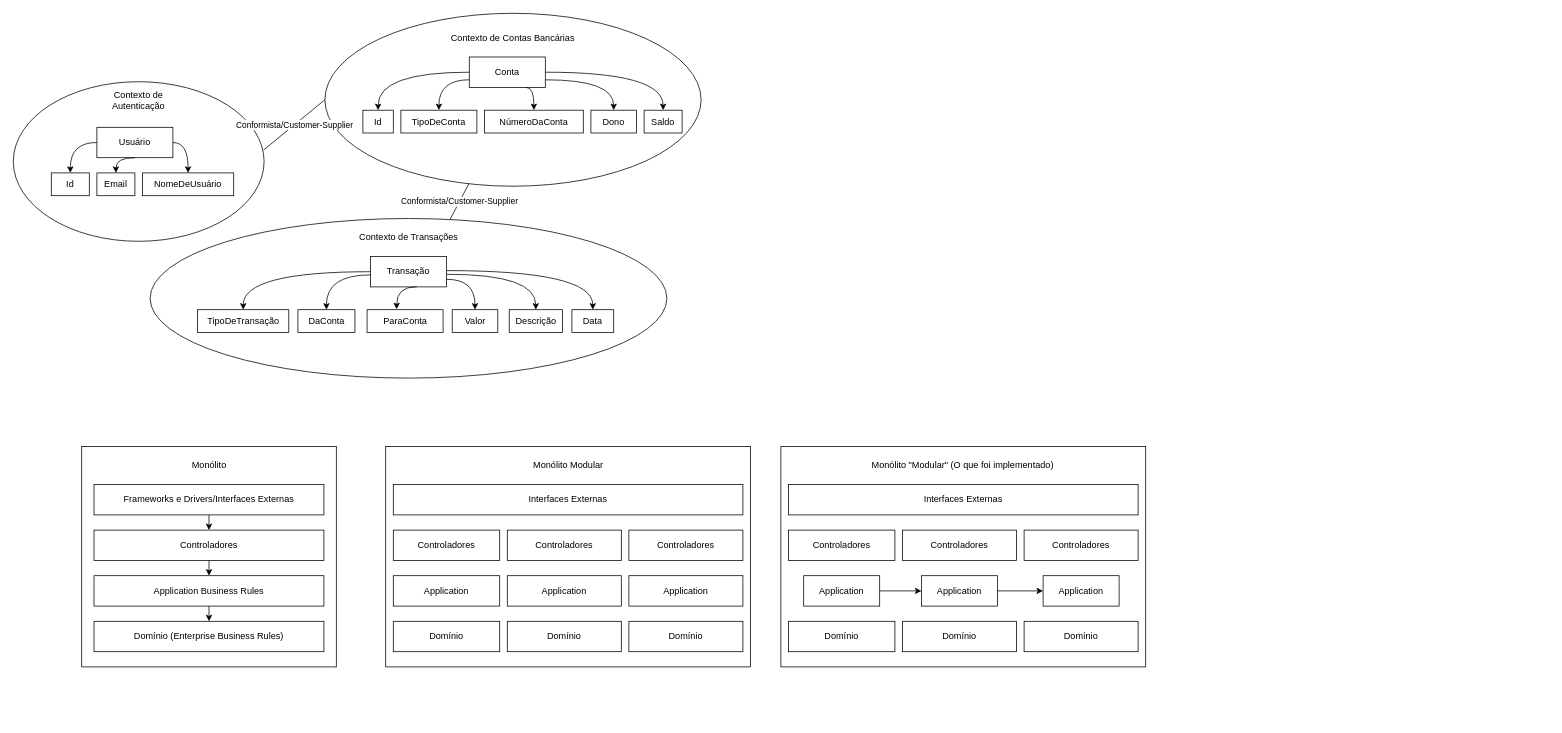
The draw.io diagram docs/techlab25.drawio in joevtap/techlab25, before the edit. Source tidied: cells renumbered, new cells numbered last; positions are measured from the earlier drawing's top-left corner, leaving out a move shared by most shapes. Both pictures are drawn from the tidied source at 76%, with x=0, y=0 at pixel (13, 13).
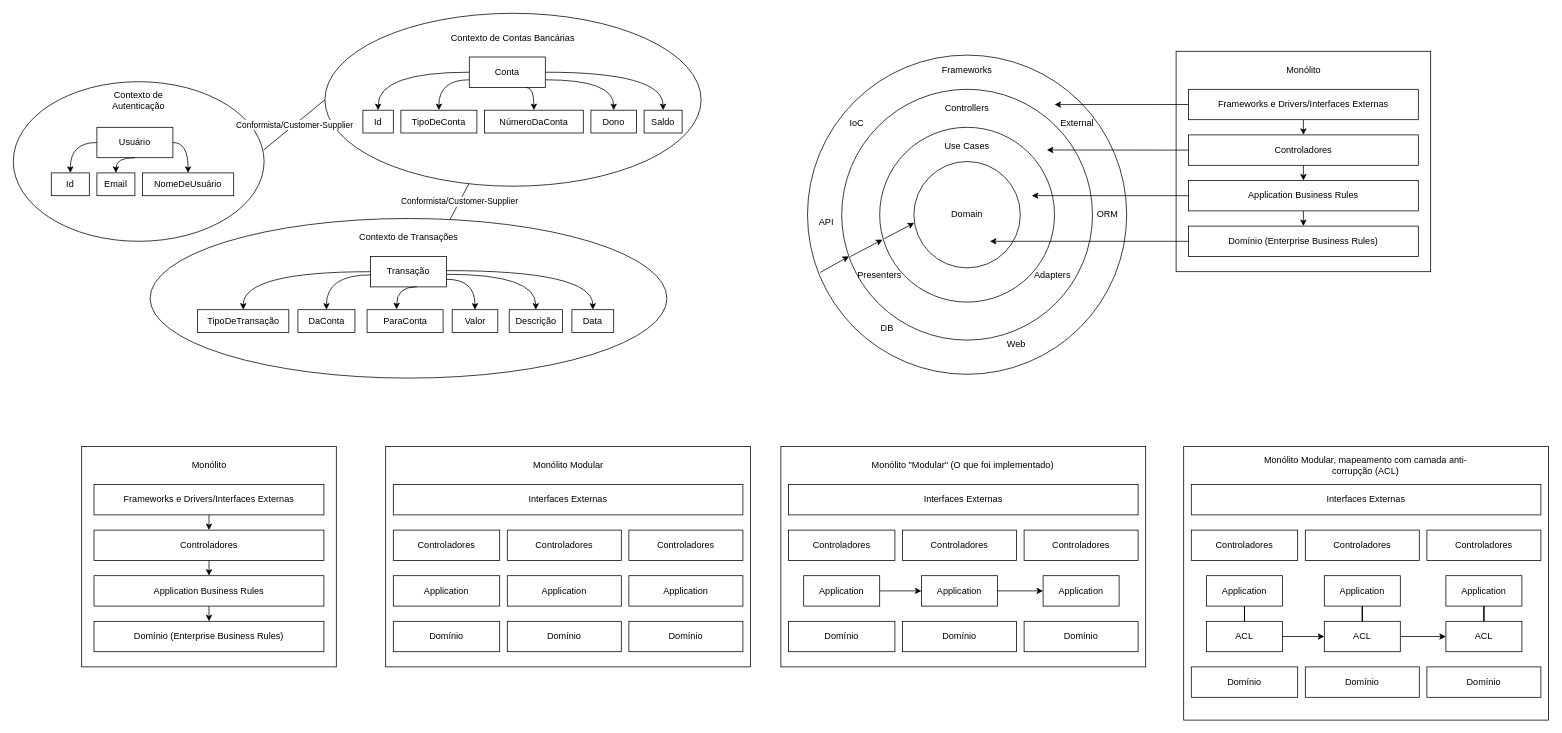
The same page after the edit.

What changed in the source:
```diff
@@
+    <mxCell id="76" style="rounded=0;whiteSpace=wrap;html=1;fillColor=none;" parent="1" vertex="1">
+      <mxGeometry x="1540" y="570" width="480" height="360" as="geometry" />
+    </mxCell>
+    <mxCell id="77" value="Monólito Modular, mapeamento com camada anti-corrupção (ACL)" style="text;html=1;align=center;verticalAlign=middle;whiteSpace=wrap;rounded=0;" parent="1" vertex="1">
+      <mxGeometry x="1634.4" y="580" width="291.2" height="30" as="geometry" />
+    </mxCell>
+    <mxCell id="78" value="Domínio" style="rounded=0;whiteSpace=wrap;html=1;fillColor=none;" parent="1" vertex="1">
+      <mxGeometry x="1550" y="860" width="140" height="40" as="geometry" />
+    </mxCell>
+    <mxCell id="79" style="edgeStyle=orthogonalEdgeStyle;rounded=0;jettySize=auto;html=1;entryX=0.5;entryY=0;entryDx=0;entryDy=0;endArrow=none;startFill=0;" parent="1" edge="1" source="80" target="90">
+      <mxGeometry relative="1" as="geometry" />
+    </mxCell>
+    <mxCell id="80" value="Application" style="rounded=0;whiteSpace=wrap;html=1;fillColor=none;" parent="1" vertex="1">
+      <mxGeometry x="1570" y="740" width="100" height="40" as="geometry" />
+    </mxCell>
+    <mxCell id="81" value="Controladores" style="rounded=0;whiteSpace=wrap;html=1;fillColor=none;" parent="1" vertex="1">
+      <mxGeometry x="1550" y="680" width="140" height="40" as="geometry" />
+    </mxCell>
+    <mxCell id="82" value="Interfaces Externas" style="rounded=0;whiteSpace=wrap;html=1;fillColor=none;" parent="1" vertex="1">
+      <mxGeometry x="1550" y="620" width="460" height="40" as="geometry" />
+    </mxCell>
+    <mxCell id="83" value="Controladores" style="rounded=0;whiteSpace=wrap;html=1;fillColor=none;" parent="1" vertex="1">
+      <mxGeometry x="1700" y="680" width="150" height="40" as="geometry" />
+    </mxCell>
+    <mxCell id="84" value="Domínio" style="rounded=0;whiteSpace=wrap;html=1;fillColor=none;" parent="1" vertex="1">
+      <mxGeometry x="1700" y="860" width="150" height="40" as="geometry" />
+    </mxCell>
+    <mxCell id="85" value="Controladores" style="rounded=0;whiteSpace=wrap;html=1;fillColor=none;" parent="1" vertex="1">
+      <mxGeometry x="1860" y="680" width="150" height="40" as="geometry" />
+    </mxCell>
+    <mxCell id="86" value="Domínio" style="rounded=0;whiteSpace=wrap;html=1;fillColor=none;" parent="1" vertex="1">
+      <mxGeometry x="1860" y="860" width="150" height="40" as="geometry" />
+    </mxCell>
+    <mxCell id="87" value="Application" style="rounded=0;whiteSpace=wrap;html=1;fillColor=none;" parent="1" vertex="1">
+      <mxGeometry x="1725" y="740" width="100" height="40" as="geometry" />
+    </mxCell>
+    <mxCell id="88" value="Application" style="rounded=0;whiteSpace=wrap;html=1;fillColor=none;" parent="1" vertex="1">
+      <mxGeometry x="1885" y="740" width="100" height="40" as="geometry" />
+    </mxCell>
+    <mxCell id="89" style="edgeStyle=orthogonalEdgeStyle;rounded=0;jettySize=auto;html=1;entryX=0;entryY=0.5;entryDx=0;entryDy=0;" parent="1" edge="1" source="90" target="93">
+      <mxGeometry relative="1" as="geometry" />
+    </mxCell>
+    <mxCell id="90" value="ACL" style="rounded=0;whiteSpace=wrap;html=1;fillColor=none;" parent="1" vertex="1">
+      <mxGeometry x="1570" y="800" width="100" height="40" as="geometry" />
+    </mxCell>
+    <mxCell id="91" style="edgeStyle=orthogonalEdgeStyle;rounded=0;jettySize=auto;html=1;entryX=0.5;entryY=1;entryDx=0;entryDy=0;endArrow=none;startFill=0;" parent="1" edge="1" source="93" target="87">
+      <mxGeometry relative="1" as="geometry" />
+    </mxCell>
+    <mxCell id="92" style="edgeStyle=orthogonalEdgeStyle;rounded=0;jettySize=auto;html=1;entryX=0;entryY=0.5;entryDx=0;entryDy=0;" parent="1" edge="1" source="93" target="94">
+      <mxGeometry relative="1" as="geometry" />
+    </mxCell>
+    <mxCell id="93" value="ACL" style="rounded=0;whiteSpace=wrap;html=1;fillColor=none;" parent="1" vertex="1">
+      <mxGeometry x="1725" y="800" width="100" height="40" as="geometry" />
+    </mxCell>
+    <mxCell id="94" value="ACL" style="rounded=0;whiteSpace=wrap;html=1;fillColor=none;" parent="1" vertex="1">
+      <mxGeometry x="1885" y="800" width="100" height="40" as="geometry" />
+    </mxCell>
+    <mxCell id="95" style="edgeStyle=orthogonalEdgeStyle;rounded=0;jettySize=auto;html=1;entryX=0.5;entryY=1;entryDx=0;entryDy=0;endArrow=none;startFill=0;" parent="1" edge="1" source="94" target="88">
+      <mxGeometry relative="1" as="geometry" />
+    </mxCell>
+    <mxCell id="96" style="ellipse;whiteSpace=wrap;html=1;fillColor=none;" parent="1" vertex="1">
+      <mxGeometry x="1045" y="55" width="420" height="420" as="geometry" />
+    </mxCell>
+    <mxCell id="97" style="ellipse;whiteSpace=wrap;html=1;fillColor=none;" parent="1" vertex="1">
+      <mxGeometry x="1090" y="100" width="330" height="330" as="geometry" />
+    </mxCell>
+    <mxCell id="98" style="ellipse;whiteSpace=wrap;html=1;fillColor=none;" parent="1" vertex="1">
+      <mxGeometry x="1140" y="150" width="230" height="230" as="geometry" />
+    </mxCell>
+    <mxCell id="99" style="ellipse;whiteSpace=wrap;html=1;fillColor=none;" parent="1" vertex="1">
+      <mxGeometry x="1185" y="195" width="140" height="140" as="geometry" />
+    </mxCell>
+    <mxCell id="100" value="Domain" style="text;html=1;align=center;verticalAlign=middle;whiteSpace=wrap;rounded=0;" parent="1" vertex="1">
+      <mxGeometry x="1225" y="250" width="60" height="30" as="geometry" />
+    </mxCell>
+    <mxCell id="101" value="Use Cases" style="text;html=1;align=center;verticalAlign=middle;whiteSpace=wrap;rounded=0;" parent="1" vertex="1">
+      <mxGeometry x="1205" y="160" width="100" height="30" as="geometry" />
+    </mxCell>
+    <mxCell id="102" value="Controllers" style="text;html=1;align=center;verticalAlign=middle;whiteSpace=wrap;rounded=0;" parent="1" vertex="1">
+      <mxGeometry x="1205" y="110" width="100" height="30" as="geometry" />
+    </mxCell>
+    <mxCell id="103" value="Adapters" style="text;html=1;align=center;verticalAlign=middle;whiteSpace=wrap;rounded=0;rotation=0;" parent="1" vertex="1">
+      <mxGeometry x="1330" y="330" width="75" height="30" as="geometry" />
+    </mxCell>
+    <mxCell id="104" value="Presenters" style="text;html=1;align=center;verticalAlign=middle;whiteSpace=wrap;rounded=0;rotation=0;" parent="1" vertex="1">
+      <mxGeometry x="1100" y="333.5" width="80" height="23" as="geometry" />
+    </mxCell>
+    <mxCell id="105" value="Frameworks" style="text;html=1;align=center;verticalAlign=middle;whiteSpace=wrap;rounded=0;" parent="1" vertex="1">
+      <mxGeometry x="1205" y="60" width="100" height="30" as="geometry" />
+    </mxCell>
+    <mxCell id="106" value="ORM" style="text;html=1;align=center;verticalAlign=middle;whiteSpace=wrap;rounded=0;" parent="1" vertex="1">
+      <mxGeometry x="1390" y="250" width="100" height="30" as="geometry" />
+    </mxCell>
+    <mxCell id="107" value="API" style="text;html=1;align=center;verticalAlign=middle;whiteSpace=wrap;rounded=0;" parent="1" vertex="1">
+      <mxGeometry x="1020" y="260" width="100" height="30" as="geometry" />
+    </mxCell>
+    <mxCell id="108" value="Web" style="text;html=1;align=center;verticalAlign=middle;whiteSpace=wrap;rounded=0;" parent="1" vertex="1">
+      <mxGeometry x="1270" y="420" width="100" height="30" as="geometry" />
+    </mxCell>
+    <mxCell id="109" value="DB" style="text;html=1;align=center;verticalAlign=middle;whiteSpace=wrap;rounded=0;" parent="1" vertex="1">
+      <mxGeometry x="1100" y="400" width="100" height="30" as="geometry" />
+    </mxCell>
+    <mxCell id="110" value="External" style="text;html=1;align=center;verticalAlign=middle;whiteSpace=wrap;rounded=0;" parent="1" vertex="1">
+      <mxGeometry x="1350" y="130" width="100" height="30" as="geometry" />
+    </mxCell>
+    <mxCell id="111" value="IoC" style="text;html=1;align=center;verticalAlign=middle;whiteSpace=wrap;rounded=0;" parent="1" vertex="1">
+      <mxGeometry x="1060" y="130" width="100" height="30" as="geometry" />
+    </mxCell>
+    <mxCell id="112" style="endArrow=classic;html=1;rounded=0;exitX=0.04;exitY=0.681;exitDx=0;exitDy=0;exitPerimeter=0;entryX=0.029;entryY=0.666;entryDx=0;entryDy=0;entryPerimeter=0;" parent="1" edge="1" source="96" target="97">
+      <mxGeometry relative="1" as="geometry" />
+    </mxCell>
+    <mxCell id="113" style="endArrow=classic;html=1;rounded=0;exitX=0.034;exitY=0.667;exitDx=0;exitDy=0;exitPerimeter=0;entryX=0.016;entryY=0.643;entryDx=0;entryDy=0;entryPerimeter=0;" parent="1" edge="1" source="97" target="98">
+      <mxGeometry relative="1" as="geometry" />
+    </mxCell>
+    <mxCell id="114" style="endArrow=classic;html=1;rounded=0;exitX=0.026;exitY=0.638;exitDx=0;exitDy=0;exitPerimeter=0;entryX=0.003;entryY=0.577;entryDx=0;entryDy=0;entryPerimeter=0;" parent="1" edge="1" source="98" target="99">
+      <mxGeometry relative="1" as="geometry" />
+    </mxCell>
+    <mxCell id="115" style="rounded=0;whiteSpace=wrap;html=1;fillColor=none;" parent="1" vertex="1">
+      <mxGeometry x="1530" y="50" width="335" height="290" as="geometry" />
+    </mxCell>
+    <mxCell id="116" value="Monólito" style="text;html=1;align=center;verticalAlign=middle;whiteSpace=wrap;rounded=0;" parent="1" vertex="1">
+      <mxGeometry x="1667.5" y="60" width="60" height="30" as="geometry" />
+    </mxCell>
+    <mxCell id="117" value="Domínio (Enterprise Business Rules)" style="rounded=0;whiteSpace=wrap;html=1;fillColor=none;" parent="1" vertex="1">
+      <mxGeometry x="1546.2" y="280" width="302.5" height="40" as="geometry" />
+    </mxCell>
+    <mxCell id="118" style="edgeStyle=orthogonalEdgeStyle;rounded=0;jettySize=auto;html=1;entryX=0.5;entryY=0;entryDx=0;entryDy=0;" parent="1" edge="1" source="119" target="117">
+      <mxGeometry relative="1" as="geometry" />
+    </mxCell>
+    <mxCell id="119" value="Application Business Rules" style="rounded=0;whiteSpace=wrap;html=1;fillColor=none;" parent="1" vertex="1">
+      <mxGeometry x="1546.2" y="220" width="302.5" height="40" as="geometry" />
+    </mxCell>
+    <mxCell id="120" style="edgeStyle=orthogonalEdgeStyle;rounded=0;jettySize=auto;html=1;entryX=0.5;entryY=0;entryDx=0;entryDy=0;" parent="1" edge="1" source="121" target="119">
+      <mxGeometry relative="1" as="geometry" />
+    </mxCell>
+    <mxCell id="121" value="Controladores" style="rounded=0;whiteSpace=wrap;html=1;fillColor=none;" parent="1" vertex="1">
+      <mxGeometry x="1546.2" y="160" width="302.5" height="40" as="geometry" />
+    </mxCell>
+    <mxCell id="122" style="edgeStyle=orthogonalEdgeStyle;rounded=0;jettySize=auto;html=1;entryX=0.5;entryY=0;entryDx=0;entryDy=0;" parent="1" edge="1" source="123" target="121">
+      <mxGeometry relative="1" as="geometry" />
+    </mxCell>
+    <mxCell id="123" value="Frameworks e Drivers/Interfaces Externas" style="rounded=0;whiteSpace=wrap;html=1;fillColor=none;" parent="1" vertex="1">
+      <mxGeometry x="1546.2" y="100" width="302.5" height="40" as="geometry" />
+    </mxCell>
+    <mxCell id="124" style="endArrow=classic;html=1;rounded=0;exitX=0;exitY=0.5;exitDx=0;exitDy=0;entryX=0.714;entryY=0.75;entryDx=0;entryDy=0;entryPerimeter=0;" parent="1" edge="1" source="117" target="99">
+      <mxGeometry relative="1" as="geometry" />
+    </mxCell>
+    <mxCell id="125" style="endArrow=classic;html=1;rounded=0;exitX=0;exitY=0.5;exitDx=0;exitDy=0;entryX=0.87;entryY=0.391;entryDx=0;entryDy=0;entryPerimeter=0;" parent="1" edge="1" source="119" target="98">
+      <mxGeometry relative="1" as="geometry" />
+    </mxCell>
+    <mxCell id="126" style="endArrow=classic;html=1;rounded=0;entryX=0.818;entryY=0.242;entryDx=0;entryDy=0;entryPerimeter=0;exitX=0;exitY=0.5;exitDx=0;exitDy=0;" parent="1" edge="1" source="121" target="97">
+      <mxGeometry relative="1" as="geometry" />
+    </mxCell>
+    <mxCell id="127" style="edgeStyle=orthogonalEdgeStyle;rounded=0;jettySize=auto;html=1;entryX=0.774;entryY=0.155;entryDx=0;entryDy=0;entryPerimeter=0;" parent="1" edge="1" source="123" target="96">
+      <mxGeometry relative="1" as="geometry" />
+    </mxCell>
```
